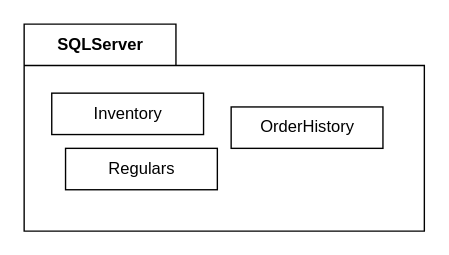
Above: page "Databases" (3 of 4) of programUML.drawio in KundaiDziwa/StillWaters (draw.io), before the change. Source tidied: cells renumbered, new cells numbered last; positions are measured from the earlier drawing's top-left corner, leaving out a move shared by most shapes. Both pictures are drawn from the tidied source at 138%, with x=0, y=0 at pixel (23, 23).
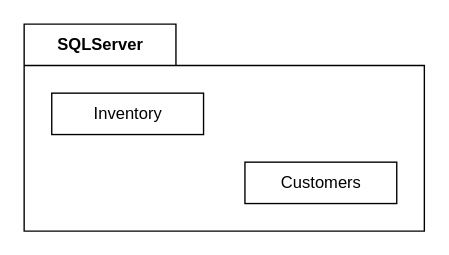
The same page after the edit.

Diff of the diagram source:
```diff
@@
 <mxGraphModel>
   <root>
     <mxCell id="0" />
     <mxCell id="1" parent="0" />
     <mxCell id="2" value="SQLServer" style="shape=folder;fontStyle=1;tabWidth=110;tabHeight=30;tabPosition=left;html=1;boundedLbl=1;labelInHeader=1;" parent="1" vertex="1">
       <mxGeometry width="290" height="150" as="geometry" />
     </mxCell>
     <mxCell id="3" value="Inventory" style="html=1;" parent="2" vertex="1">
       <mxGeometry width="110" height="30" relative="1" as="geometry">
         <mxPoint x="20" y="50" as="offset" />
       </mxGeometry>
     </mxCell>
-    <mxCell id="4" value="OrderHistory" style="html=1;" parent="2" vertex="1">
-      <mxGeometry width="110" height="30" relative="1" as="geometry">
-        <mxPoint x="150" y="60" as="offset" />
-      </mxGeometry>
-    </mxCell>
-    <mxCell id="5" value="Regulars" style="html=1;" parent="2" vertex="1">
+    <mxCell id="5" value="Customers" style="html=1;" parent="2" vertex="1">
       <mxGeometry width="110" height="30" relative="1" as="geometry">
-        <mxPoint x="30" y="90" as="offset" />
+        <mxPoint x="160" y="100" as="offset" />
       </mxGeometry>
     </mxCell>
   </root>
 </mxGraphModel>
```
